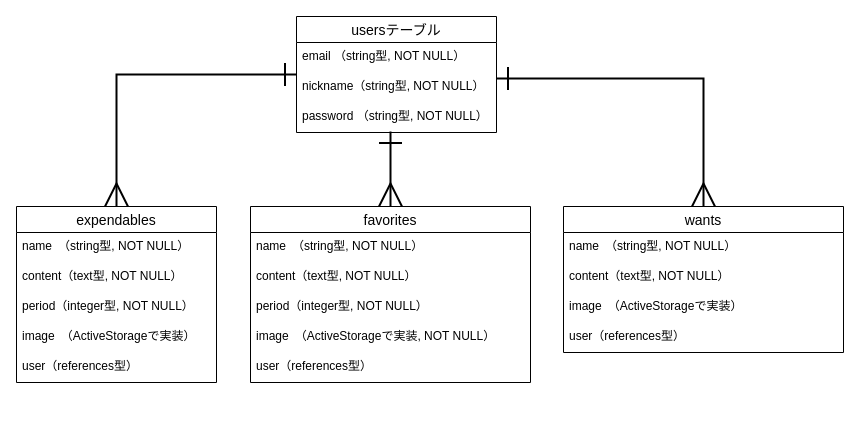
Earlier version of the draw.io diagram std.dio (YamadaMasao-3d/ex-panda). Source tidied: cells renumbered, new cells numbered last; positions are measured from the earlier drawing's top-left corner, leaving out a move shared by most shapes. Both pictures are drawn from the tidied source at 100%, with x=0, y=0 at pixel (16, 16).
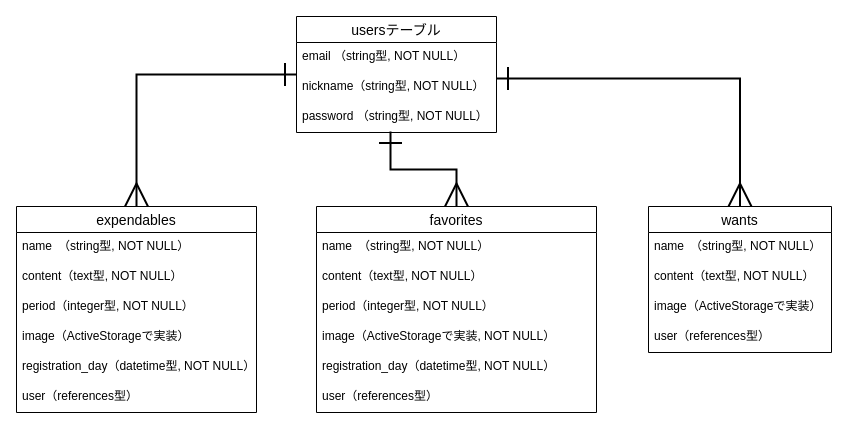
Above is the later version.

Commit message (it also covers changes not shown here):
READMEにER図を追加した

Diff of the diagram source:
```diff
@@
     <mxCell id="7" value="expendables" style="swimlane;fontStyle=0;horizontal=1;startSize=26;align=center;fontSize=14;" parent="1" vertex="1">
-      <mxGeometry y="190" width="200" height="176" as="geometry" />
+      <mxGeometry y="190" width="240" height="206" as="geometry" />
     </mxCell>
     <mxCell id="8" value="name　（string型, NOT NULL）" style="text;strokeColor=none;fillColor=none;spacingLeft=4;spacingRight=4;overflow=hidden;fontSize=12;" parent="7" vertex="1">
-      <mxGeometry y="26" width="200" height="30" as="geometry" />
+      <mxGeometry y="26" width="240" height="30" as="geometry" />
     </mxCell>
     <mxCell id="9" value="content（text型, NOT NULL）" style="text;strokeColor=none;fillColor=none;spacingLeft=4;spacingRight=4;overflow=hidden;fontSize=12;" parent="7" vertex="1">
-      <mxGeometry y="56" width="200" height="30" as="geometry" />
+      <mxGeometry y="56" width="240" height="30" as="geometry" />
     </mxCell>
     <mxCell id="10" value="period（integer型, NOT NULL）" style="text;strokeColor=none;fillColor=none;spacingLeft=4;spacingRight=4;overflow=hidden;fontSize=12;" parent="7" vertex="1">
-      <mxGeometry y="86" width="200" height="30" as="geometry" />
+      <mxGeometry y="86" width="240" height="30" as="geometry" />
     </mxCell>
-    <mxCell id="11" value="image　（ActiveStorageで実装）" style="text;strokeColor=none;fillColor=none;spacingLeft=4;spacingRight=4;overflow=hidden;fontSize=12;" parent="7" vertex="1">
-      <mxGeometry y="116" width="200" height="30" as="geometry" />
+    <mxCell id="11" value="image（ActiveStorageで実装）" style="text;strokeColor=none;fillColor=none;spacingLeft=4;spacingRight=4;overflow=hidden;fontSize=12;" parent="7" vertex="1">
+      <mxGeometry y="116" width="240" height="30" as="geometry" />
     </mxCell>
+    <mxCell id="26" value="registration_day（datetime型, NOT NULL）" style="text;strokeColor=none;fillColor=none;spacingLeft=4;spacingRight=4;overflow=hidden;fontSize=12;" parent="7" vertex="1">
+      <mxGeometry y="146" width="240" height="30" as="geometry" />
+    </mxCell>
     <mxCell id="12" value="user（references型）" style="text;strokeColor=none;fillColor=none;spacingLeft=4;spacingRight=4;overflow=hidden;fontSize=12;" parent="7" vertex="1">
-      <mxGeometry y="146" width="200" height="30" as="geometry" />
+      <mxGeometry y="176" width="240" height="30" as="geometry" />
     </mxCell>
@@
     <mxCell id="14" value="favorites" style="swimlane;fontStyle=0;horizontal=1;startSize=26;align=center;fontSize=14;" parent="1" vertex="1">
-      <mxGeometry x="234" y="190" width="280" height="176" as="geometry" />
+      <mxGeometry x="300" y="190" width="280" height="206" as="geometry" />
     </mxCell>
@@
-    <mxCell id="18" value="image　（ActiveStorageで実装, NOT NULL）" style="text;strokeColor=none;fillColor=none;spacingLeft=4;spacingRight=4;overflow=hidden;fontSize=12;" parent="14" vertex="1">
+    <mxCell id="18" value="image（ActiveStorageで実装, NOT NULL）" style="text;strokeColor=none;fillColor=none;spacingLeft=4;spacingRight=4;overflow=hidden;fontSize=12;" parent="14" vertex="1">
       <mxGeometry y="116" width="280" height="30" as="geometry" />
     </mxCell>
+    <mxCell id="27" value="registration_day（datetime型, NOT NULL）" style="text;strokeColor=none;fillColor=none;spacingLeft=4;spacingRight=4;overflow=hidden;fontSize=12;" parent="14" vertex="1">
+      <mxGeometry y="146" width="280" height="30" as="geometry" />
+    </mxCell>
     <mxCell id="19" value="user（references型）" style="text;strokeColor=none;fillColor=none;spacingLeft=4;spacingRight=4;overflow=hidden;fontSize=12;" parent="14" vertex="1">
-      <mxGeometry y="146" width="280" height="30" as="geometry" />
+      <mxGeometry y="176" width="280" height="30" as="geometry" />
     </mxCell>
@@
     <mxCell id="21" value="wants" style="swimlane;fontStyle=0;horizontal=1;startSize=26;align=center;fontSize=14;" parent="1" vertex="1">
-      <mxGeometry x="547" y="190" width="280" height="146" as="geometry" />
+      <mxGeometry x="632" y="190" width="183" height="146" as="geometry" />
     </mxCell>
     <mxCell id="22" value="name　（string型, NOT NULL）" style="text;strokeColor=none;fillColor=none;spacingLeft=4;spacingRight=4;overflow=hidden;fontSize=12;" parent="21" vertex="1">
-      <mxGeometry y="26" width="280" height="30" as="geometry" />
+      <mxGeometry y="26" width="183" height="30" as="geometry" />
     </mxCell>
     <mxCell id="23" value="content（text型, NOT NULL）" style="text;strokeColor=none;fillColor=none;spacingLeft=4;spacingRight=4;overflow=hidden;fontSize=12;" parent="21" vertex="1">
-      <mxGeometry y="56" width="280" height="30" as="geometry" />
+      <mxGeometry y="56" width="183" height="30" as="geometry" />
     </mxCell>
-    <mxCell id="24" value="image　（ActiveStorageで実装）" style="text;strokeColor=none;fillColor=none;spacingLeft=4;spacingRight=4;overflow=hidden;fontSize=12;" parent="21" vertex="1">
-      <mxGeometry y="86" width="280" height="30" as="geometry" />
+    <mxCell id="24" value="image（ActiveStorageで実装）" style="text;strokeColor=none;fillColor=none;spacingLeft=4;spacingRight=4;overflow=hidden;fontSize=12;" parent="21" vertex="1">
+      <mxGeometry y="86" width="183" height="30" as="geometry" />
     </mxCell>
     <mxCell id="25" value="user（references型）" style="text;strokeColor=none;fillColor=none;spacingLeft=4;spacingRight=4;overflow=hidden;fontSize=12;" parent="21" vertex="1">
-      <mxGeometry y="116" width="280" height="30" as="geometry" />
+      <mxGeometry y="116" width="183" height="30" as="geometry" />
     </mxCell>
```
